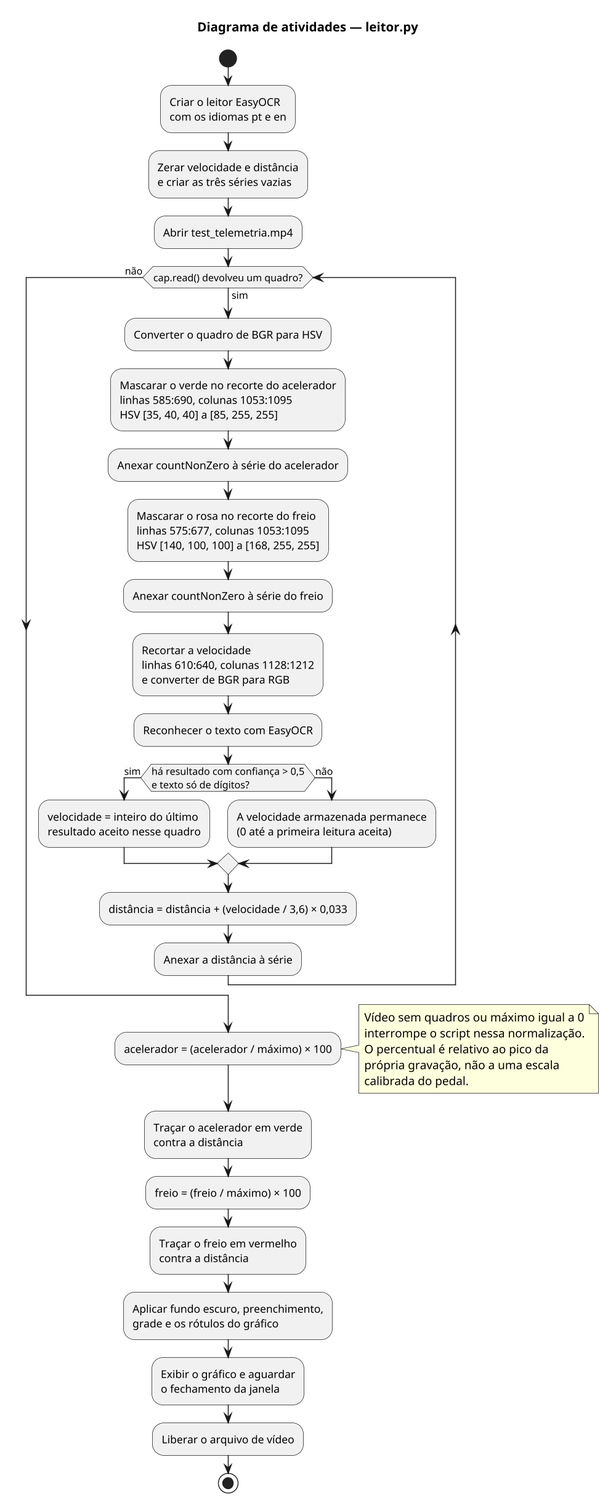
The PlantUML diagram docs/diagramas/diagrama-atividades.png in Matheus-Hen/telemetria_cloud, before a commit. Source of this version:
```plantuml
@startuml diagrama-atividades
skinparam shadowing false
skinparam dpi 140
skinparam backgroundColor white

title Diagrama de atividades — leitor.py

start
:Criar o leitor EasyOCR\ncom os idiomas pt e en;
:Zerar velocidade e distância\ne criar as três séries vazias;
:Abrir test_telemetria.mp4;

while (cap.read() devolveu um quadro?) is (sim)
  :Converter o quadro de BGR para HSV;
  :Mascarar o verde no recorte do acelerador\nlinhas 585:690, colunas 1053:1095\nHSV [35, 40, 40] a [85, 255, 255];
  :Anexar countNonZero à série do acelerador;
  :Mascarar o rosa no recorte do freio\nlinhas 575:677, colunas 1053:1095\nHSV [140, 100, 100] a [168, 255, 255];
  :Anexar countNonZero à série do freio;
  :Recortar a velocidade\nlinhas 610:640, colunas 1128:1212\ne converter de BGR para RGB;
  :Reconhecer o texto com EasyOCR;
  if (há resultado com confiança > 0,5\ne texto só de dígitos?) then (sim)
    :velocidade = inteiro do último\nresultado aceito nesse quadro;
  else (não)
    :A velocidade armazenada permanece\n(0 até a primeira leitura aceita);
  endif
  :distância = distância + (velocidade / 3,6) × 0,033;
  :Anexar a distância à série;
endwhile (não)

:acelerador = (acelerador / máximo) × 100;
note right
  Vídeo sem quadros ou máximo igual a 0
  interrompe o script nessa normalização.
  O percentual é relativo ao pico da
  própria gravação, não a uma escala
  calibrada do pedal.
end note
:Traçar o acelerador em verde\ncontra a distância;
:freio = (freio / máximo) × 100;
:Traçar o freio em vermelho\ncontra a distância;
:Aplicar fundo escuro, preenchimento,\ngrade e os rótulos do gráfico;
:Exibir o gráfico e aguardar\no fechamento da janela;
:Liberar o arquivo de vídeo;
stop
@enduml
```
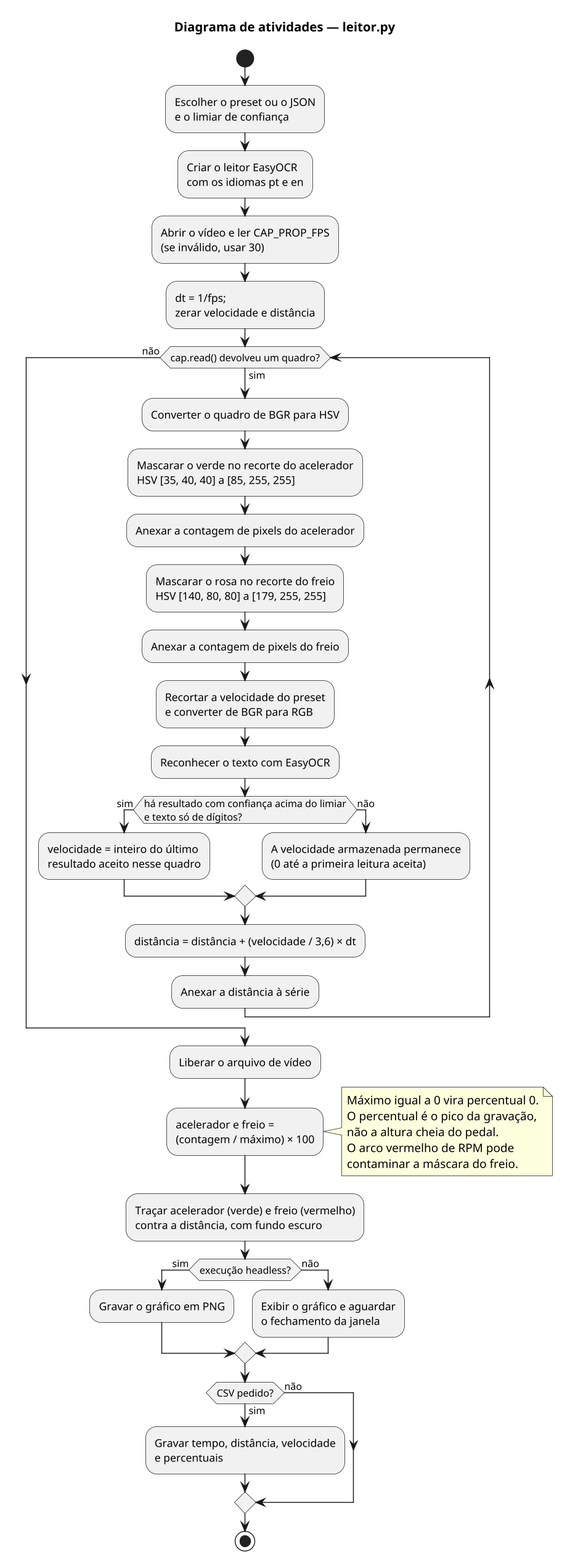
The same diagram one commit later.

What changed in the source:
```diff
@@ -6,40 +6,46 @@
 title Diagrama de atividades — leitor.py
 
 start
+:Escolher o preset ou o JSON\ne o limiar de confiança;
 :Criar o leitor EasyOCR\ncom os idiomas pt e en;
-:Zerar velocidade e distância\ne criar as três séries vazias;
-:Abrir test_telemetria.mp4;
+:Abrir o vídeo e ler CAP_PROP_FPS\n(se inválido, usar 30);
+:dt = 1/fps;\nzerar velocidade e distância;
 
 while (cap.read() devolveu um quadro?) is (sim)
   :Converter o quadro de BGR para HSV;
-  :Mascarar o verde no recorte do acelerador\nlinhas 585:690, colunas 1053:1095\nHSV [35, 40, 40] a [85, 255, 255];
-  :Anexar countNonZero à série do acelerador;
-  :Mascarar o rosa no recorte do freio\nlinhas 575:677, colunas 1053:1095\nHSV [140, 100, 100] a [168, 255, 255];
-  :Anexar countNonZero à série do freio;
-  :Recortar a velocidade\nlinhas 610:640, colunas 1128:1212\ne converter de BGR para RGB;
+  :Mascarar o verde no recorte do acelerador\nHSV [35, 40, 40] a [85, 255, 255];
+  :Anexar a contagem de pixels do acelerador;
+  :Mascarar o rosa no recorte do freio\nHSV [140, 80, 80] a [179, 255, 255];
+  :Anexar a contagem de pixels do freio;
+  :Recortar a velocidade do preset\ne converter de BGR para RGB;
   :Reconhecer o texto com EasyOCR;
-  if (há resultado com confiança > 0,5\ne texto só de dígitos?) then (sim)
+  if (há resultado com confiança acima do limiar\ne texto só de dígitos?) then (sim)
     :velocidade = inteiro do último\nresultado aceito nesse quadro;
   else (não)
     :A velocidade armazenada permanece\n(0 até a primeira leitura aceita);
   endif
-  :distância = distância + (velocidade / 3,6) × 0,033;
+  :distância = distância + (velocidade / 3,6) × dt;
   :Anexar a distância à série;
 endwhile (não)
+:Liberar o arquivo de vídeo;
 
-:acelerador = (acelerador / máximo) × 100;
+:acelerador e freio =\n(contagem / máximo) × 100;
 note right
-  Vídeo sem quadros ou máximo igual a 0
-  interrompe o script nessa normalização.
-  O percentual é relativo ao pico da
-  própria gravação, não a uma escala
-  calibrada do pedal.
+  Máximo igual a 0 vira percentual 0.
+  O percentual é o pico da gravação,
+  não a altura cheia do pedal.
+  O arco vermelho de RPM pode
+  contaminar a máscara do freio.
 end note
-:Traçar o acelerador em verde\ncontra a distância;
-:freio = (freio / máximo) × 100;
-:Traçar o freio em vermelho\ncontra a distância;
-:Aplicar fundo escuro, preenchimento,\ngrade e os rótulos do gráfico;
-:Exibir o gráfico e aguardar\no fechamento da janela;
-:Liberar o arquivo de vídeo;
+:Traçar acelerador (verde) e freio (vermelho)\ncontra a distância, com fundo escuro;
+if (execução headless?) then (sim)
+  :Gravar o gráfico em PNG;
+else (não)
+  :Exibir o gráfico e aguardar\no fechamento da janela;
+endif
+if (CSV pedido?) then (sim)
+  :Gravar tempo, distância, velocidade\ne percentuais;
+else (não)
+endif
 stop
 @enduml
```
